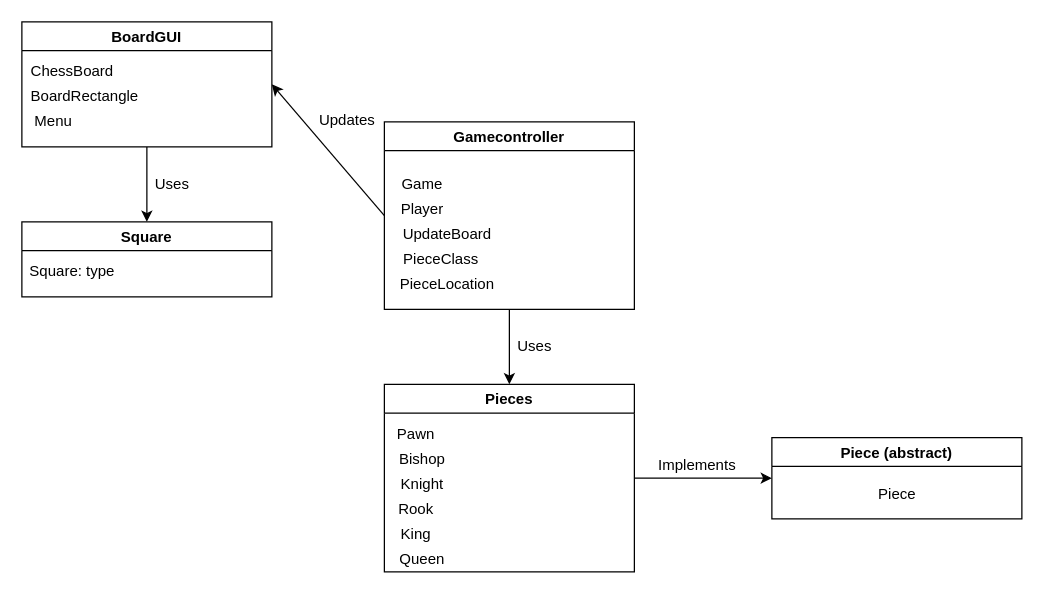
Before: Prog2 Diagram, MVC - Ludvig Swala.drawio in ludde016/Slutprojekt, a draw.io diagram. Source tidied: cells renumbered, new cells numbered last; positions are measured from the earlier drawing's top-left corner, leaving out a move shared by most shapes. Both pictures are drawn from the tidied source at 125%, with x=0, y=0 at pixel (21, 21).
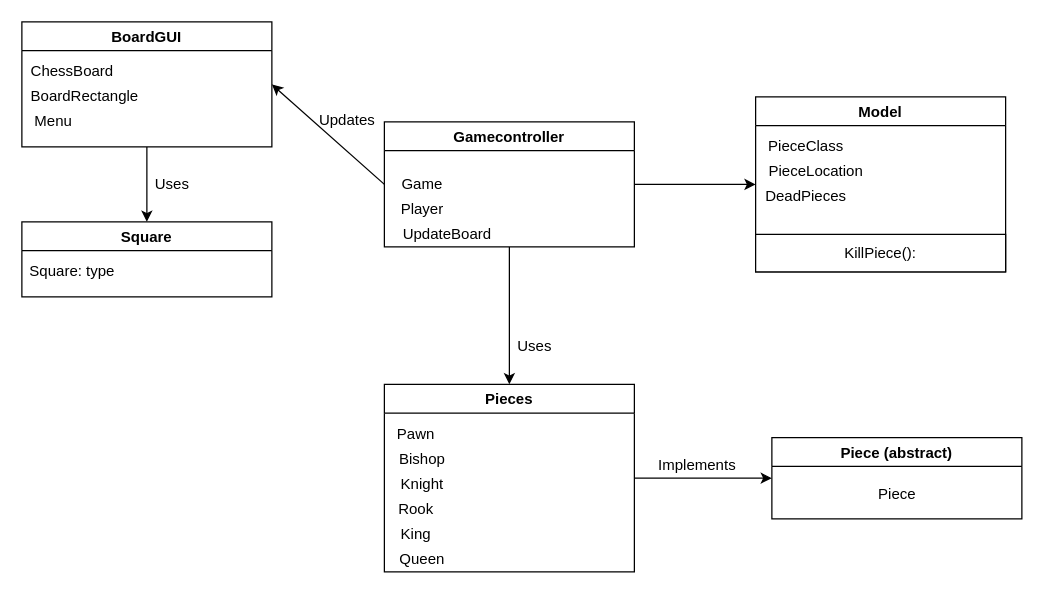
Above is the later version.

Change to the diagram source:
```diff
@@
+    <mxCell id="31" style="edgeStyle=orthogonalEdgeStyle;rounded=0;jettySize=auto;html=1;entryX=0;entryY=0.5;entryDx=0;entryDy=0;" parent="1" edge="1" source="3" target="32">
+      <mxGeometry relative="1" as="geometry" />
+    </mxCell>
     <mxCell id="3" value="Gamecontroller" style="swimlane;" parent="1" vertex="1">
-      <mxGeometry x="290" y="80" width="200" height="150" as="geometry" />
+      <mxGeometry x="290" y="80" width="200" height="100" as="geometry" />
     </mxCell>
@@
-    <mxCell id="7" value="PieceClass" style="text;html=1;align=center;verticalAlign=middle;" parent="3" vertex="1">
-      <mxGeometry x="5" y="100" width="80" height="20" as="geometry" />
-    </mxCell>
-    <mxCell id="8" value="PieceLocation" style="text;html=1;align=center;verticalAlign=middle;" parent="3" vertex="1">
-      <mxGeometry x="5" y="120" width="90" height="20" as="geometry" />
-    </mxCell>
@@
+    <mxCell id="32" value="Model" style="swimlane;" parent="1" vertex="1">
+      <mxGeometry x="587" y="60" width="200" height="140" as="geometry" />
+    </mxCell>
+    <mxCell id="7" value="PieceClass" style="text;html=1;align=center;verticalAlign=middle;" parent="32" vertex="1">
+      <mxGeometry y="30" width="80" height="20" as="geometry" />
+    </mxCell>
+    <mxCell id="8" value="PieceLocation" style="text;html=1;align=center;verticalAlign=middle;" parent="32" vertex="1">
+      <mxGeometry x="3" y="50" width="90" height="20" as="geometry" />
+    </mxCell>
+    <mxCell id="33" value="DeadPieces" style="text;html=1;align=center;verticalAlign=middle;" parent="32" vertex="1">
+      <mxGeometry y="70" width="80" height="20" as="geometry" />
+    </mxCell>
+    <mxCell id="34" value="KillPiece():" style="rounded=0;whiteSpace=wrap;html=1;" parent="32" vertex="1">
+      <mxGeometry y="110" width="200" height="30" as="geometry" />
+    </mxCell>
```
